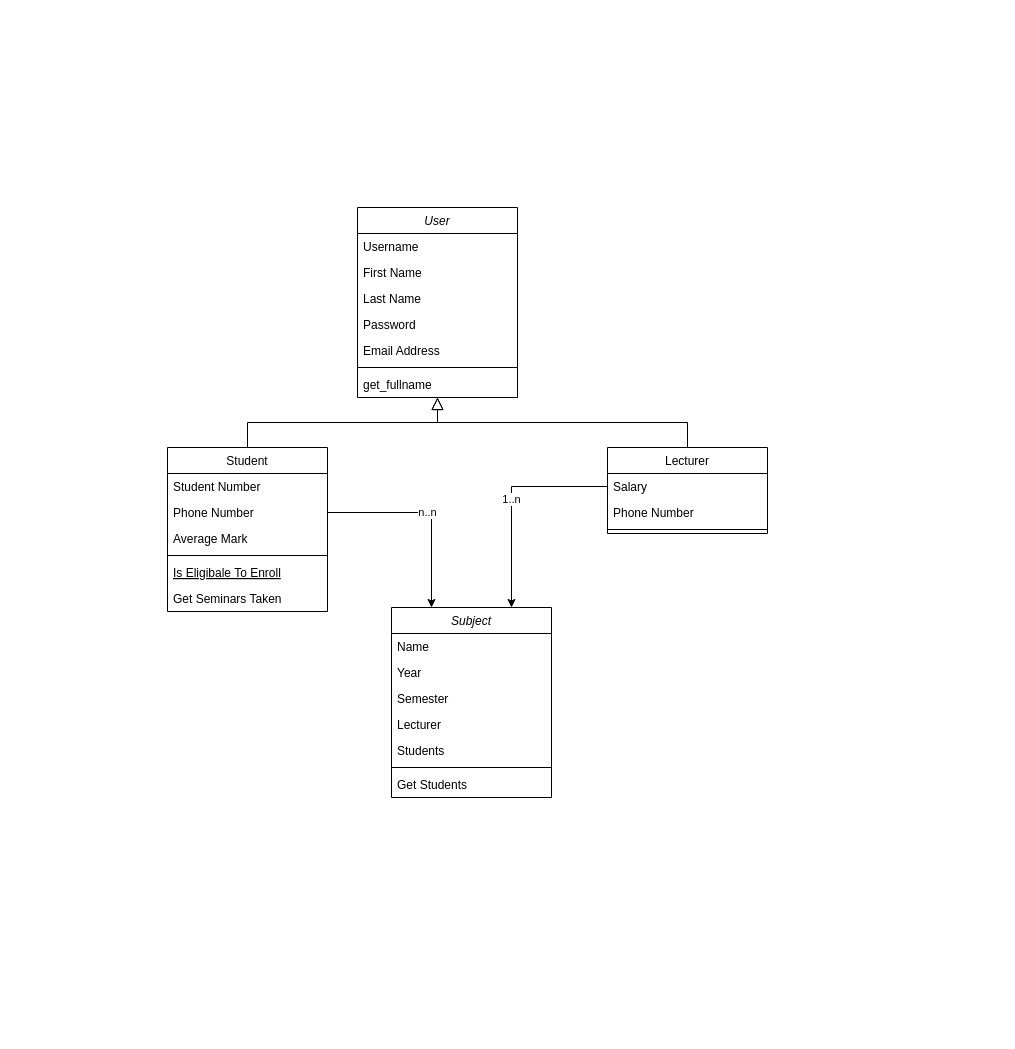
The draw.io diagram material/class_diagram.drawio in RuhollahSeka/TA_System, before the edit. Source tidied: cells renumbered, new cells numbered last; positions are measured from the earlier drawing's top-left corner, leaving out a move shared by most shapes. Both pictures are drawn from the tidied source at 100%, with x=0, y=0 at pixel (167, 207).
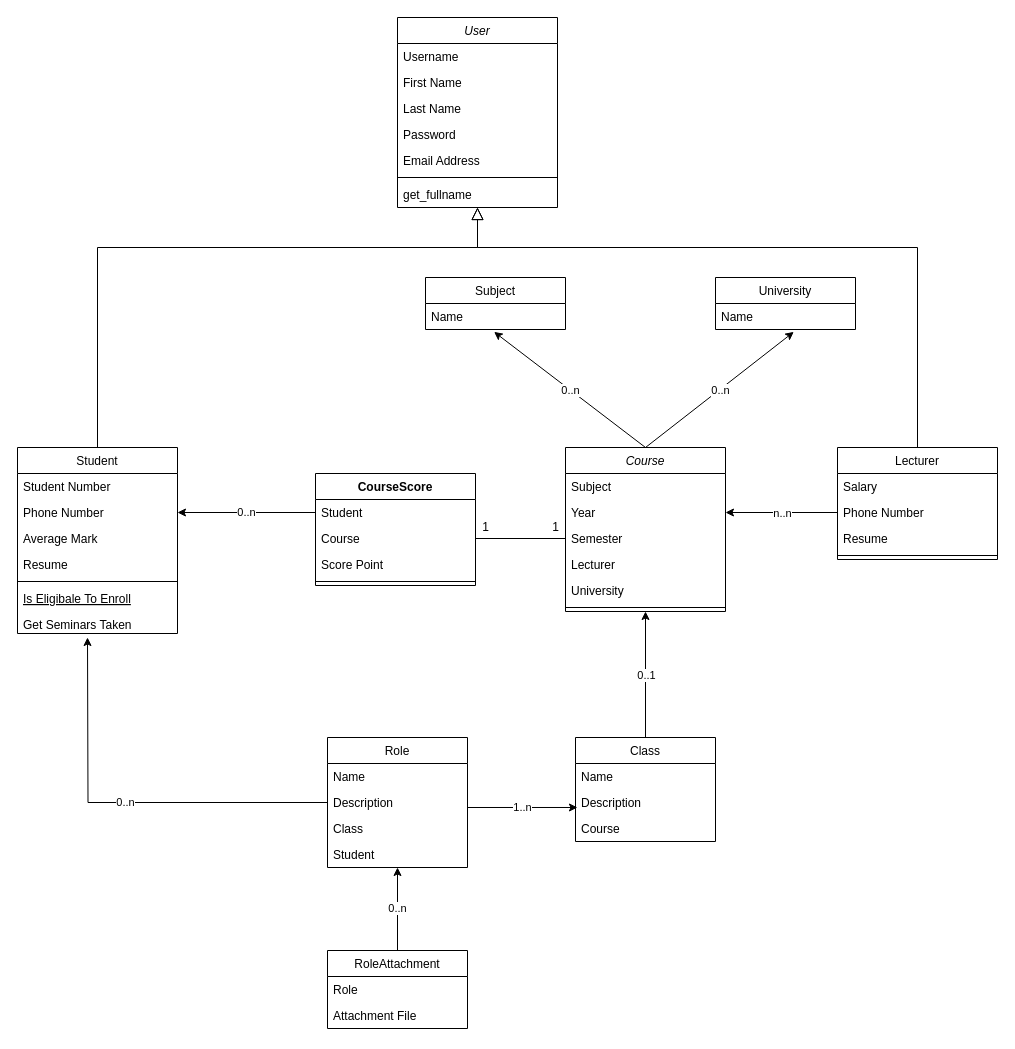
After the change.

Unchanged cells that the change refers to:
```xml
<mxCell id="12" value="Phone Number" style="text;align=left;verticalAlign=top;spacingLeft=4;spacingRight=4;overflow=hidden;points=[[0,0.5],[1,0.5]];portConstraint=eastwest;rounded=0;shadow=0;html=0;" parent="10" vertex="1">
  <mxGeometry y="52" width="160" height="26" as="geometry" />
</mxCell>
<mxCell id="19" value="Salary" style="text;align=left;verticalAlign=top;spacingLeft=4;spacingRight=4;overflow=hidden;points=[[0,0.5],[1,0.5]];portConstraint=eastwest;" parent="18" vertex="1">
  <mxGeometry y="26" width="160" height="26" as="geometry" />
</mxCell>
<mxCell id="20" value="Phone Number" style="text;align=left;verticalAlign=top;spacingLeft=4;spacingRight=4;overflow=hidden;points=[[0,0.5],[1,0.5]];portConstraint=eastwest;rounded=0;shadow=0;html=0;" parent="18" vertex="1">
  <mxGeometry y="52" width="160" height="26" as="geometry" />
</mxCell>
<mxCell id="25" value="Year" style="text;align=left;verticalAlign=top;spacingLeft=4;spacingRight=4;overflow=hidden;points=[[0,0.5],[1,0.5]];portConstraint=eastwest;" parent="23" vertex="1">
  <mxGeometry y="52" width="160" height="26" as="geometry" />
</mxCell>
<mxCell id="26" value="Semester" style="text;align=left;verticalAlign=top;spacingLeft=4;spacingRight=4;overflow=hidden;points=[[0,0.5],[1,0.5]];portConstraint=eastwest;" parent="23" vertex="1">
  <mxGeometry y="78" width="160" height="26" as="geometry" />
</mxCell>
```

Diff of the diagram source:
```diff
@@
     <mxCell id="2" value="User" style="swimlane;fontStyle=2;align=center;verticalAlign=top;horizontal=1;startSize=26;rounded=0;shadow=0;strokeWidth=1;" parent="1" vertex="1">
-      <mxGeometry x="190" width="160" height="190" as="geometry" />
+      <mxGeometry x="230" y="-190" width="160" height="190" as="geometry" />
     </mxCell>
@@
     <mxCell id="10" value="Student" style="swimlane;fontStyle=0;align=center;verticalAlign=top;horizontal=1;startSize=26;rounded=0;shadow=0;strokeWidth=1;" parent="1" vertex="1">
-      <mxGeometry y="240" width="160" height="164" as="geometry" />
+      <mxGeometry x="-150" y="240" width="160" height="186" as="geometry" />
     </mxCell>
@@
+    <mxCell id="33" value="Resume" style="text;align=left;verticalAlign=top;spacingLeft=4;spacingRight=4;overflow=hidden;rounded=0;shadow=0;html=0;" parent="10" vertex="1">
+      <mxGeometry y="104" width="160" height="26" as="geometry" />
+    </mxCell>
     <mxCell id="14" style="line;html=1;strokeWidth=1;align=left;verticalAlign=middle;spacingTop=-1;spacingLeft=3;spacingRight=3;labelPosition=right;" parent="10" vertex="1">
-      <mxGeometry y="104" width="160" height="8" as="geometry" />
+      <mxGeometry y="130" width="160" height="8" as="geometry" />
     </mxCell>
     <mxCell id="15" value="Is Eligibale To Enroll" style="text;align=left;verticalAlign=top;spacingLeft=4;spacingRight=4;overflow=hidden;fontStyle=4;" parent="10" vertex="1">
-      <mxGeometry y="112" width="160" height="26" as="geometry" />
+      <mxGeometry y="138" width="160" height="26" as="geometry" />
     </mxCell>
     <mxCell id="16" value="Get Seminars Taken" style="text;align=left;verticalAlign=top;spacingLeft=4;spacingRight=4;overflow=hidden;" parent="10" vertex="1">
-      <mxGeometry y="138" width="160" height="26" as="geometry" />
+      <mxGeometry y="164" width="160" height="22" as="geometry" />
     </mxCell>
     <mxCell id="17" style="endArrow=block;endSize=10;endFill=0;shadow=0;strokeWidth=1;rounded=0;edgeStyle=elbowEdgeStyle;elbow=vertical;" parent="1" edge="1" source="10" target="2">
-      <mxGeometry relative="1" as="geometry" />
+      <mxGeometry relative="1" as="geometry">
+        <Array as="points">
+          <mxPoint x="310" y="40" />
+        </Array>
+      </mxGeometry>
     </mxCell>
     <mxCell id="18" value="Lecturer" style="swimlane;fontStyle=0;align=center;verticalAlign=top;horizontal=1;startSize=26;rounded=0;shadow=0;strokeWidth=1;" parent="1" vertex="1">
-      <mxGeometry x="440" y="240" width="160" height="86" as="geometry" />
+      <mxGeometry x="670" y="240" width="160" height="112" as="geometry" />
     </mxCell>
@@
+    <mxCell id="34" value="Resume" style="text;align=left;verticalAlign=top;spacingLeft=4;spacingRight=4;overflow=hidden;rounded=0;shadow=0;html=0;" parent="18" vertex="1">
+      <mxGeometry y="78" width="160" height="26" as="geometry" />
+    </mxCell>
     <mxCell id="21" style="line;html=1;strokeWidth=1;align=left;verticalAlign=middle;spacingTop=-1;spacingLeft=3;spacingRight=3;labelPosition=right;" parent="18" vertex="1">
-      <mxGeometry y="78" width="160" height="8" as="geometry" />
+      <mxGeometry y="104" width="160" height="8" as="geometry" />
     </mxCell>
     <mxCell id="22" style="endArrow=block;endSize=10;endFill=0;shadow=0;strokeWidth=1;rounded=0;edgeStyle=elbowEdgeStyle;elbow=vertical;" parent="1" edge="1" source="18" target="2">
-      <mxGeometry relative="1" as="geometry" />
+      <mxGeometry relative="1" as="geometry">
+        <Array as="points">
+          <mxPoint x="310" y="40" />
+        </Array>
+      </mxGeometry>
     </mxCell>
-    <mxCell id="23" value="Subject" style="swimlane;fontStyle=2;align=center;verticalAlign=top;horizontal=1;startSize=26;rounded=0;shadow=0;strokeWidth=1;" parent="1" vertex="1">
-      <mxGeometry x="224" y="400" width="160" height="190" as="geometry" />
+    <mxCell id="23" value="Course" style="swimlane;fontStyle=2;align=center;verticalAlign=top;horizontal=1;startSize=26;rounded=0;shadow=0;strokeWidth=1;" parent="1" vertex="1">
+      <mxGeometry x="398" y="240" width="160" height="164" as="geometry" />
     </mxCell>
-    <mxCell id="24" value="Name" style="text;align=left;verticalAlign=top;spacingLeft=4;spacingRight=4;overflow=hidden;" parent="23" vertex="1">
+    <mxCell id="24" value="Subject" style="text;align=left;verticalAlign=top;spacingLeft=4;spacingRight=4;overflow=hidden;" parent="23" vertex="1">
       <mxGeometry y="26" width="160" height="26" as="geometry" />
     </mxCell>
@@
-    <mxCell id="28" value="Students" style="text;align=left;verticalAlign=top;spacingLeft=4;spacingRight=4;overflow=hidden;rounded=0;shadow=0;html=0;" parent="23" vertex="1">
-      <mxGeometry y="130" width="160" height="26" as="geometry" />
-    </mxCell>
+    <mxCell id="35" value="University" style="text;align=left;verticalAlign=top;spacingLeft=4;spacingRight=4;overflow=hidden;rounded=0;shadow=0;html=0;" parent="23" vertex="1">
+      <mxGeometry y="130" width="160" height="26" as="geometry" />
+    </mxCell>
@@
-    <mxCell id="30" value="Get Students" style="text;align=left;verticalAlign=top;spacingLeft=4;spacingRight=4;overflow=hidden;" parent="23" vertex="1">
-      <mxGeometry y="164" width="160" height="26" as="geometry" />
-    </mxCell>
+    <mxCell id="36" value="CourseScore" style="swimlane;fontStyle=1;align=center;verticalAlign=top;horizontal=1;startSize=26;" parent="1" vertex="1">
+      <mxGeometry x="148" y="266" width="160" height="112" as="geometry" />
+    </mxCell>
+    <mxCell id="37" value="Student" style="text;strokeColor=none;fillColor=none;align=left;verticalAlign=top;spacingLeft=4;spacingRight=4;overflow=hidden;points=[[0,0.5],[1,0.5]];portConstraint=eastwest;" parent="36" vertex="1">
+      <mxGeometry y="26" width="160" height="26" as="geometry" />
+    </mxCell>
+    <mxCell id="38" value="Course" style="text;strokeColor=none;fillColor=none;align=left;verticalAlign=top;spacingLeft=4;spacingRight=4;overflow=hidden;points=[[0,0.5],[1,0.5]];portConstraint=eastwest;" parent="36" vertex="1">
+      <mxGeometry y="52" width="160" height="26" as="geometry" />
+    </mxCell>
+    <mxCell id="39" value="Score Point" style="text;strokeColor=none;fillColor=none;align=left;verticalAlign=top;spacingLeft=4;spacingRight=4;overflow=hidden;" parent="36" vertex="1">
+      <mxGeometry y="78" width="160" height="26" as="geometry" />
+    </mxCell>
+    <mxCell id="40" style="line;strokeWidth=1;fillColor=none;align=left;verticalAlign=middle;spacingTop=-1;spacingLeft=3;spacingRight=3;labelPosition=right;" parent="36" vertex="1">
+      <mxGeometry y="104" width="160" height="8" as="geometry" />
+    </mxCell>
+    <mxCell id="41" value="Role" style="swimlane;fontStyle=0;horizontal=1;startSize=26;fillColor=none;" parent="1" vertex="1">
+      <mxGeometry x="160" y="530" width="140" height="130" as="geometry" />
+    </mxCell>
+    <mxCell id="42" value="Name" style="text;strokeColor=none;fillColor=none;align=left;verticalAlign=top;spacingLeft=4;spacingRight=4;overflow=hidden;" parent="41" vertex="1">
+      <mxGeometry y="26" width="140" height="26" as="geometry" />
+    </mxCell>
+    <mxCell id="43" value="Description" style="text;strokeColor=none;fillColor=none;align=left;verticalAlign=top;spacingLeft=4;spacingRight=4;overflow=hidden;points=[[0,0.5],[1,0.5]];portConstraint=eastwest;" parent="41" vertex="1">
+      <mxGeometry y="52" width="140" height="26" as="geometry" />
+    </mxCell>
+    <mxCell id="44" value="Class" style="text;strokeColor=none;fillColor=none;align=left;verticalAlign=top;spacingLeft=4;spacingRight=4;overflow=hidden;" parent="41" vertex="1">
+      <mxGeometry y="78" width="140" height="26" as="geometry" />
+    </mxCell>
+    <mxCell id="45" value="Student" style="text;strokeColor=none;fillColor=none;align=left;verticalAlign=top;spacingLeft=4;spacingRight=4;overflow=hidden;points=[[0,0.5],[1,0.5]];portConstraint=eastwest;" parent="41" vertex="1">
+      <mxGeometry y="104" width="140" height="26" as="geometry" />
+    </mxCell>
+    <mxCell id="46" value="Class" style="swimlane;fontStyle=0;horizontal=1;startSize=26;fillColor=none;" parent="1" vertex="1">
+      <mxGeometry x="408" y="530" width="140" height="104" as="geometry" />
+    </mxCell>
+    <mxCell id="47" value="Name" style="text;strokeColor=none;fillColor=none;align=left;verticalAlign=top;spacingLeft=4;spacingRight=4;overflow=hidden;" parent="46" vertex="1">
+      <mxGeometry y="26" width="140" height="26" as="geometry" />
+    </mxCell>
+    <mxCell id="48" value="Description" style="text;strokeColor=none;fillColor=none;align=left;verticalAlign=top;spacingLeft=4;spacingRight=4;overflow=hidden;points=[[0,0.5],[1,0.5]];portConstraint=eastwest;" parent="46" vertex="1">
+      <mxGeometry y="52" width="140" height="26" as="geometry" />
+    </mxCell>
+    <mxCell id="49" value="Course" style="text;strokeColor=none;fillColor=none;align=left;verticalAlign=top;spacingLeft=4;spacingRight=4;overflow=hidden;" parent="46" vertex="1">
+      <mxGeometry y="78" width="140" height="26" as="geometry" />
+    </mxCell>
+    <mxCell id="50" value="RoleAttachment" style="swimlane;fontStyle=0;horizontal=1;startSize=26;fillColor=none;" parent="1" vertex="1">
+      <mxGeometry x="160" y="743" width="140" height="78" as="geometry" />
+    </mxCell>
+    <mxCell id="51" value="Role" style="text;strokeColor=none;fillColor=none;align=left;verticalAlign=top;spacingLeft=4;spacingRight=4;overflow=hidden;" parent="50" vertex="1">
+      <mxGeometry y="26" width="140" height="26" as="geometry" />
+    </mxCell>
+    <mxCell id="52" value="Attachment File" style="text;strokeColor=none;fillColor=none;align=left;verticalAlign=top;spacingLeft=4;spacingRight=4;overflow=hidden;" parent="50" vertex="1">
+      <mxGeometry y="52" width="140" height="26" as="geometry" />
+    </mxCell>
+    <mxCell id="53" style="endArrow=classic;html=1;entryX=1;entryY=0.5;entryDx=0;entryDy=0;exitX=0;exitY=0.5;exitDx=0;exitDy=0;" parent="1" edge="1" source="20" target="25">
+      <mxGeometry relative="1" as="geometry" />
+    </mxCell>
+    <mxCell id="32" value="n..n" style="edgeLabel;html=1;align=center;verticalAlign=middle;" parent="53" vertex="1">
+      <mxGeometry relative="1" as="geometry" />
+    </mxCell>
+    <mxCell id="54" style="endArrow=none;html=1;exitX=1;exitY=0.5;exitDx=0;exitDy=0;entryX=0;entryY=0.5;entryDx=0;entryDy=0;" parent="1" edge="1" source="38" target="26">
+      <mxGeometry relative="1" as="geometry" />
+    </mxCell>
+    <mxCell id="55" value="1" style="text;html=1;align=center;verticalAlign=middle;" parent="1" vertex="1">
+      <mxGeometry x="308" y="310" width="20" height="20" as="geometry" />
+    </mxCell>
+    <mxCell id="56" value="1" style="text;html=1;align=center;verticalAlign=middle;" parent="1" vertex="1">
+      <mxGeometry x="378" y="310" width="20" height="20" as="geometry" />
+    </mxCell>
+    <mxCell id="57" value="University" style="swimlane;fontStyle=0;horizontal=1;startSize=26;fillColor=none;" parent="1" vertex="1">
+      <mxGeometry x="548" y="70" width="140" height="52" as="geometry" />
+    </mxCell>
+    <mxCell id="58" value="Name" style="text;strokeColor=none;fillColor=none;align=left;verticalAlign=top;spacingLeft=4;spacingRight=4;overflow=hidden;points=[[0,0.5],[1,0.5]];portConstraint=eastwest;" parent="57" vertex="1">
+      <mxGeometry y="26" width="140" height="26" as="geometry" />
+    </mxCell>
+    <mxCell id="59" value="0..n" style="edgeStyle=orthogonalEdgeStyle;rounded=0;jettySize=auto;html=1;exitX=0;exitY=0.5;exitDx=0;exitDy=0;entryX=1;entryY=0.5;entryDx=0;entryDy=0;" parent="1" edge="1" source="37" target="12">
+      <mxGeometry relative="1" as="geometry" />
+    </mxCell>
+    <mxCell id="60" value="0..n" style="edgeStyle=orthogonalEdgeStyle;rounded=0;jettySize=auto;html=1;exitX=0;exitY=0.5;exitDx=0;exitDy=0;" parent="1" edge="1" source="43">
+      <mxGeometry relative="1" as="geometry">
+        <mxPoint x="-80" y="430" as="targetPoint" />
+      </mxGeometry>
+    </mxCell>
+    <mxCell id="61" value="0..n" style="edgeStyle=orthogonalEdgeStyle;rounded=0;jettySize=auto;html=1;exitX=0.5;exitY=0;exitDx=0;exitDy=0;entryX=0.5;entryY=1;entryDx=0;entryDy=0;entryPerimeter=0;" parent="1" edge="1" source="50" target="45">
+      <mxGeometry relative="1" as="geometry">
+        <Array as="points">
+          <mxPoint x="230" y="700" />
+          <mxPoint x="230" y="700" />
+        </Array>
+      </mxGeometry>
+    </mxCell>
+    <mxCell id="62" style="endArrow=classic;html=1;entryX=0.014;entryY=0.692;entryDx=0;entryDy=0;entryPerimeter=0;" parent="1" edge="1" target="48">
+      <mxGeometry relative="1" as="geometry">
+        <mxPoint x="300" y="600" as="sourcePoint" />
+      </mxGeometry>
+    </mxCell>
-    <mxCell id="31" value="1..n" style="edgeStyle=orthogonalEdgeStyle;rounded=0;jettySize=auto;html=1;exitX=0;exitY=0.5;exitDx=0;exitDy=0;entryX=0.75;entryY=0;entryDx=0;entryDy=0;" parent="1" edge="1" source="19" target="23">
+    <mxCell id="31" value="1..n" style="edgeLabel;html=1;align=center;verticalAlign=middle;" parent="62" vertex="1">
       <mxGeometry relative="1" as="geometry" />
     </mxCell>
-    <mxCell id="32" value="n..n" style="edgeStyle=orthogonalEdgeStyle;rounded=0;jettySize=auto;html=1;exitX=1;exitY=0.5;exitDx=0;exitDy=0;entryX=0.25;entryY=0;entryDx=0;entryDy=0;" parent="1" edge="1" source="12" target="23">
-      <mxGeometry relative="1" as="geometry" />
-    </mxCell>
+    <mxCell id="63" value="Subject" style="swimlane;fontStyle=0;horizontal=1;startSize=26;fillColor=none;" parent="1" vertex="1">
+      <mxGeometry x="258" y="70" width="140" height="52" as="geometry" />
+    </mxCell>
+    <mxCell id="64" value="Name" style="text;strokeColor=none;fillColor=none;align=left;verticalAlign=top;spacingLeft=4;spacingRight=4;overflow=hidden;points=[[0,0.5],[1,0.5]];portConstraint=eastwest;" parent="63" vertex="1">
+      <mxGeometry y="26" width="140" height="26" as="geometry" />
+    </mxCell>
+    <mxCell id="65" style="endArrow=classic;html=1;entryX=0.559;entryY=1.092;entryDx=0;entryDy=0;entryPerimeter=0;exitX=0.5;exitY=0;exitDx=0;exitDy=0;" parent="1" edge="1" source="23" target="58">
+      <mxGeometry relative="1" as="geometry" />
+    </mxCell>
+    <mxCell id="66" value="0..n" style="edgeLabel;html=1;align=center;verticalAlign=middle;" parent="65" vertex="1">
+      <mxGeometry relative="1" as="geometry" />
+    </mxCell>
+    <mxCell id="67" style="endArrow=classic;html=1;entryX=0.49;entryY=1.092;entryDx=0;entryDy=0;entryPerimeter=0;exitX=0.5;exitY=0;exitDx=0;exitDy=0;" parent="1" edge="1" source="23" target="64">
+      <mxGeometry relative="1" as="geometry" />
+    </mxCell>
+    <mxCell id="68" value="0..n" style="edgeLabel;html=1;align=center;verticalAlign=middle;" parent="67" vertex="1">
+      <mxGeometry relative="1" as="geometry" />
+    </mxCell>
+    <mxCell id="69" style="endArrow=classic;html=1;exitX=0.5;exitY=0;exitDx=0;exitDy=0;entryX=0.5;entryY=1;entryDx=0;entryDy=0;" parent="1" edge="1" source="46" target="23">
+      <mxGeometry relative="1" as="geometry" />
+    </mxCell>
+    <mxCell id="70" value="0..1" style="edgeLabel;html=1;align=center;verticalAlign=middle;" parent="69" vertex="1">
+      <mxGeometry relative="1" as="geometry" />
+    </mxCell>
```
